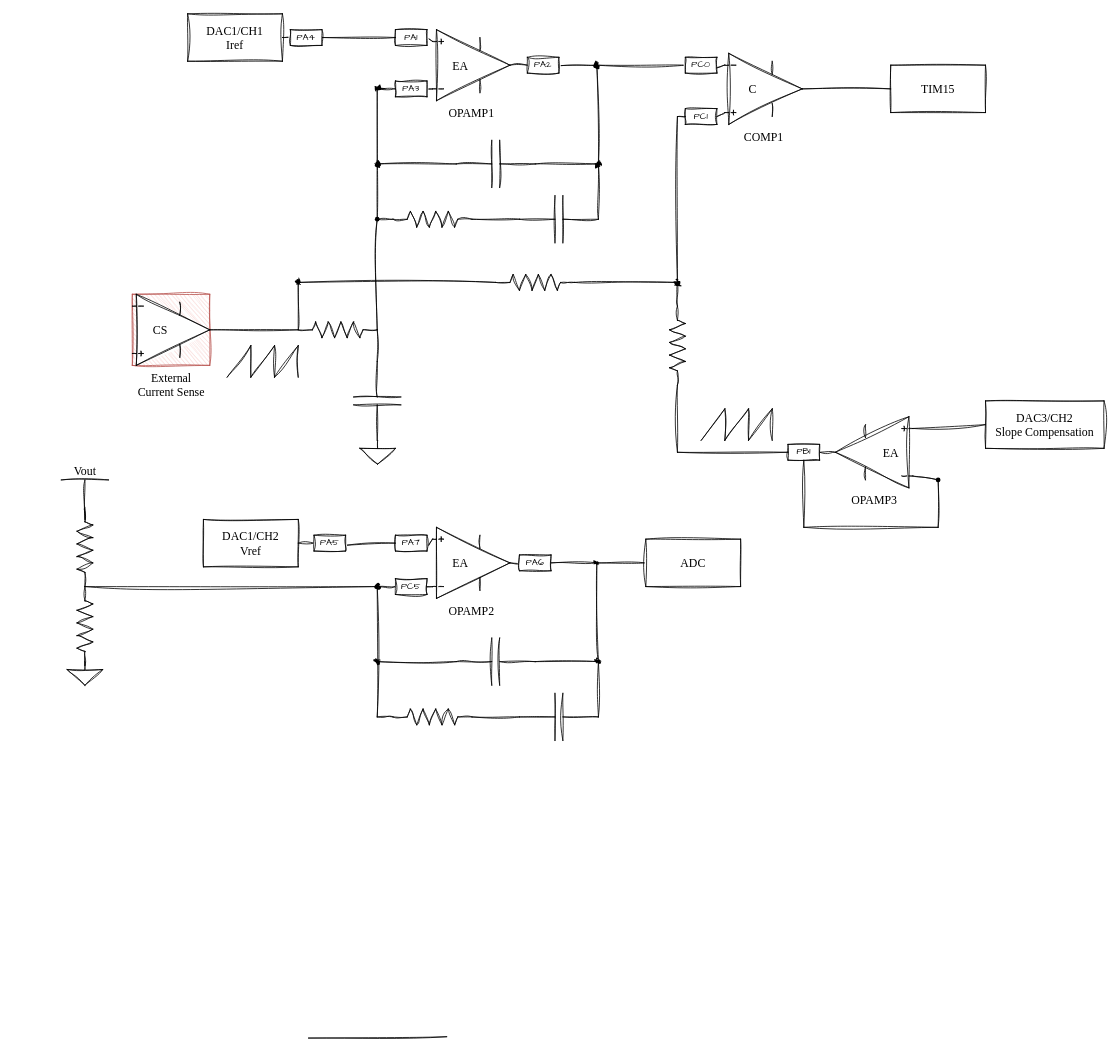
The draw.io diagram assets/STM32 Compensation.drawio in resonantlabs/mixed-signal-pfc, before the edit. Source tidied: cells renumbered, new cells numbered last; positions are measured from the earlier drawing's top-left corner, leaving out a move shared by most shapes. Both pictures are drawn from the tidied source at 79%, with x=0, y=0 at pixel (13, 13).
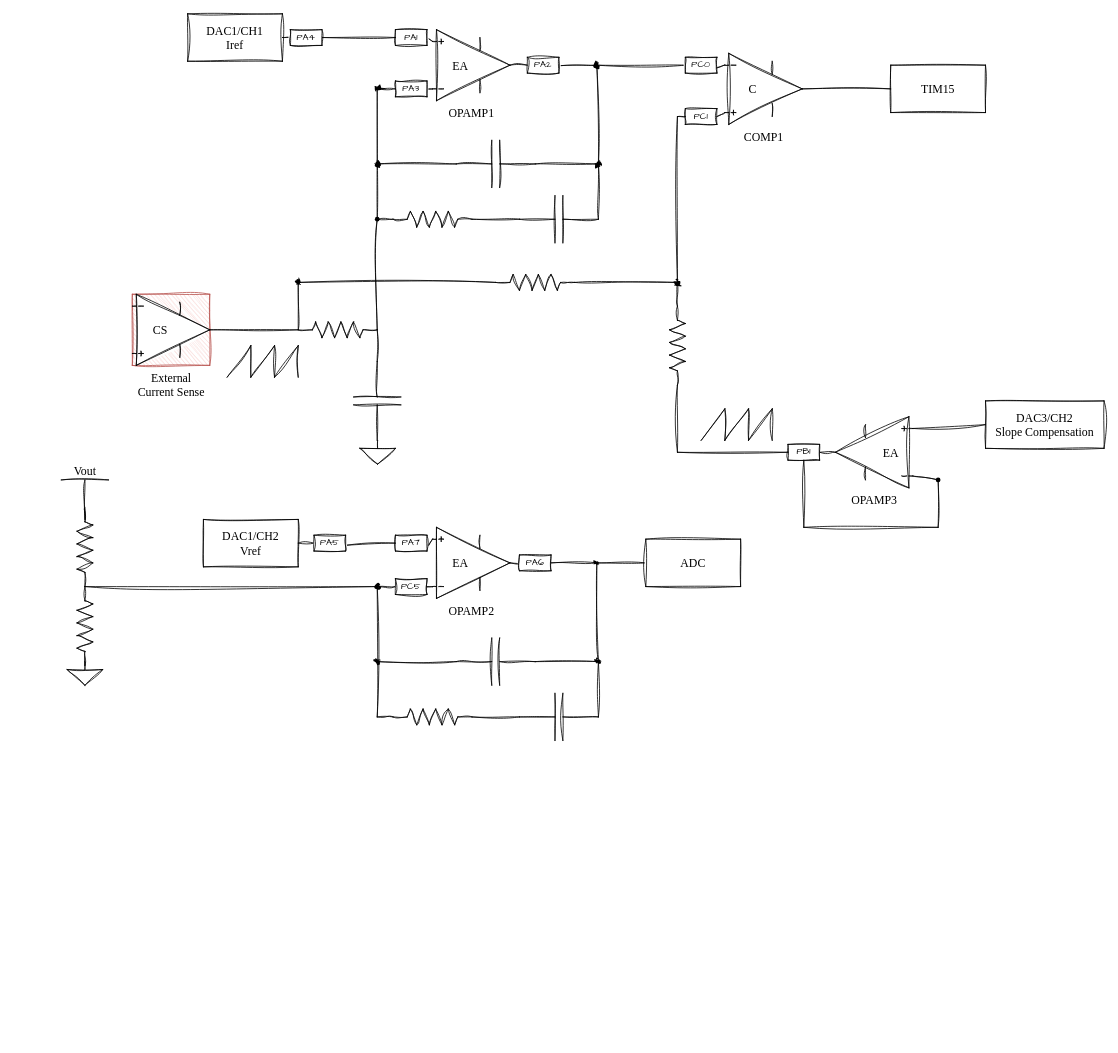
After the change.

Change to the diagram source:
```diff
@@
-    <mxCell id="65" style="edgeStyle=none;shape=connector;rounded=0;sketch=1;jiggle=2;curveFitting=1;orthogonalLoop=1;jettySize=auto;html=1;exitX=0;exitY=0.835;exitDx=0;exitDy=0;exitPerimeter=0;entryX=0.958;entryY=0.442;entryDx=0;entryDy=0;entryPerimeter=0;strokeColor=default;align=center;verticalAlign=middle;fontFamily=Garamond;fontSize=15;fontColor=default;labelBackgroundColor=default;endArrow=none;" parent="1" edge="1">
-      <mxGeometry relative="1" as="geometry">
-        <mxPoint x="548" y="1294.8" as="sourcePoint" />
-        <mxPoint x="373" y="1296.5" as="targetPoint" />
-      </mxGeometry>
-    </mxCell>
```
